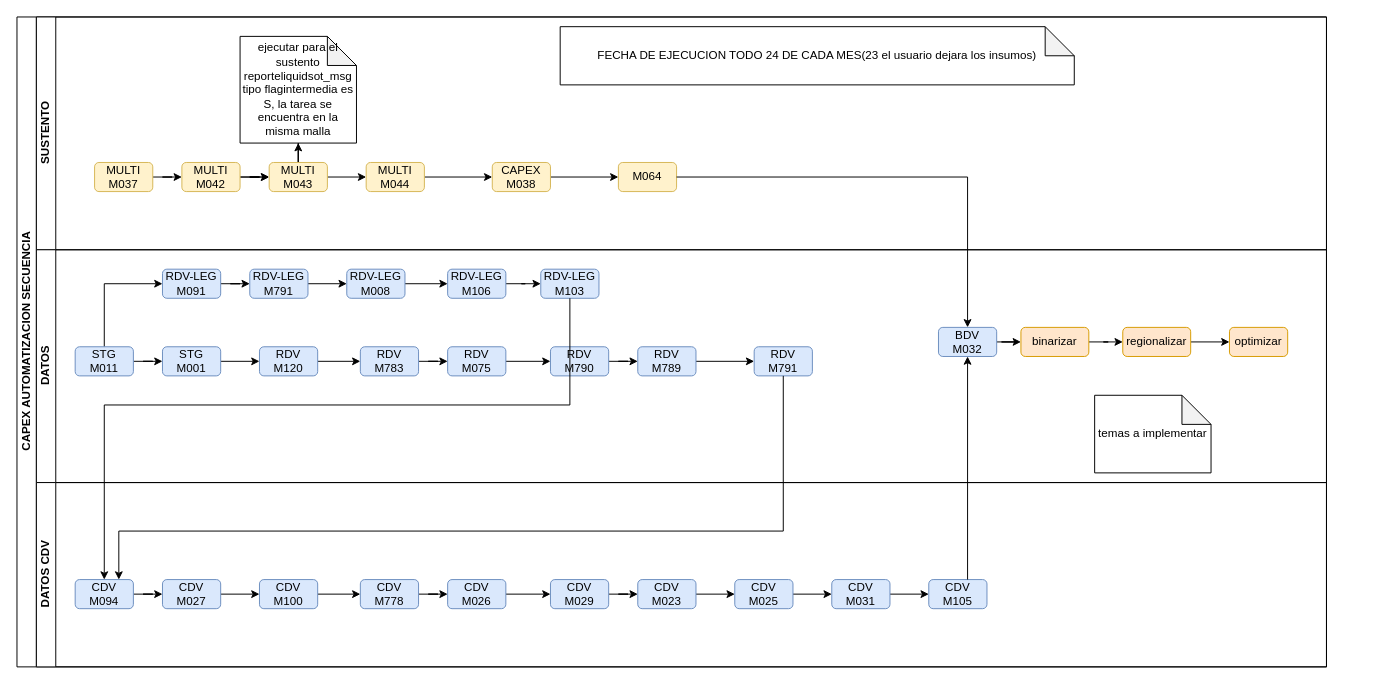
The draw.io diagram Capex_Automatizacion_secuencia_ejecucion.drawio in carlsromec/procesos-diagramas, before the edit. Source tidied: cells renumbered, new cells numbered last; positions are measured from the earlier drawing's top-left corner, leaving out a move shared by most shapes. Both pictures are drawn from the tidied source at 97%, with x=0, y=0 at pixel (16, 16).
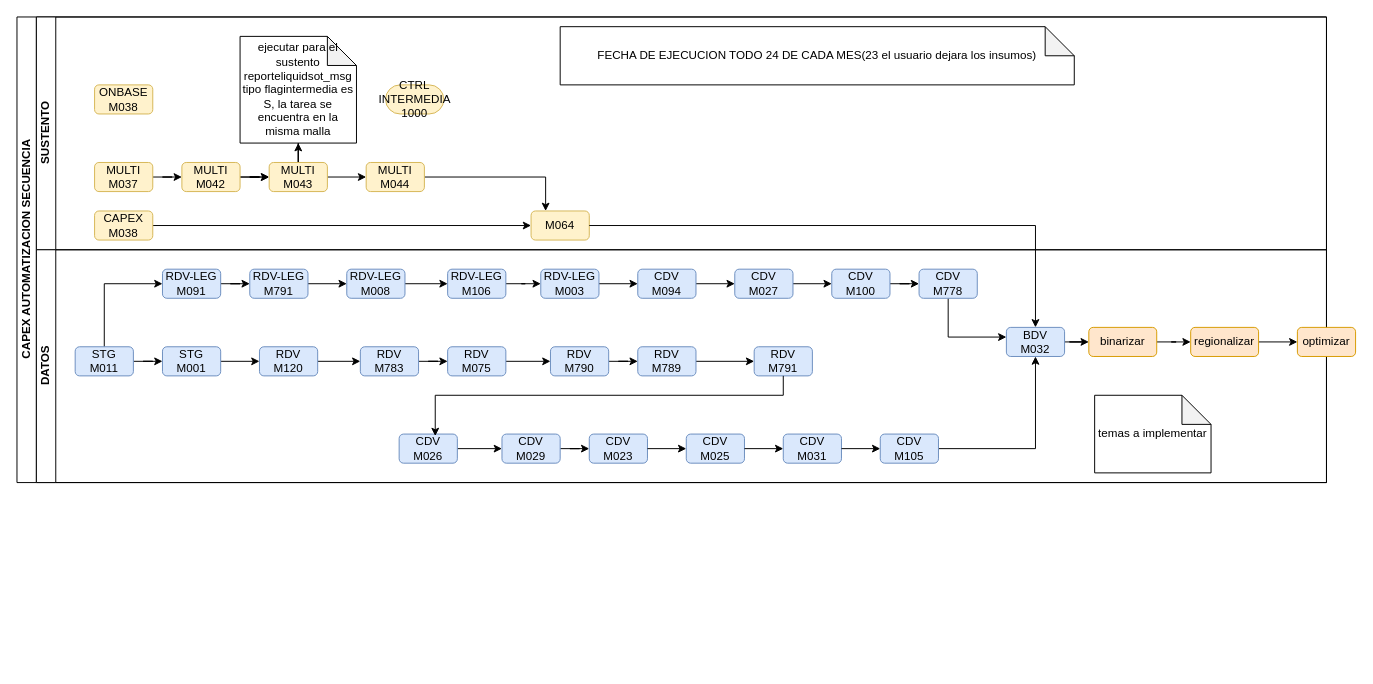
The same page after the edit.

Unchanged cells that the change refers to:
```xml
<mxCell id="3" value="SUSTENTO" style="swimlane;startSize=20;horizontal=0;html=1;" parent="2" vertex="1">
  <mxGeometry x="20" width="1330" height="240" as="geometry" />
</mxCell>
<mxCell id="13" value="MULTI&lt;br&gt;M044" style="rounded=1;whiteSpace=wrap;html=1;fillColor=#fff2cc;strokeColor=#d6b656;" parent="3" vertex="1">
  <mxGeometry x="340" y="150" width="60" height="30" as="geometry" />
</mxCell>
<mxCell id="19" value="DATOS" style="swimlane;startSize=20;horizontal=0;html=1;" parent="2" vertex="1">
  <mxGeometry x="20" y="240" width="1330" height="240" as="geometry" />
</mxCell>
<mxCell id="44" value="RDV&lt;br&gt;M791" style="rounded=1;whiteSpace=wrap;html=1;fillColor=#dae8fc;strokeColor=#6c8ebf;" parent="19" vertex="1">
  <mxGeometry x="740" y="100" width="60" height="30" as="geometry" />
</mxCell>
```

The edit, as a diff of the source:
```diff
@@
     <mxCell id="2" value="CAPEX AUTOMATIZACION SECUENCIA" style="swimlane;horizontal=0;startSize=20;html=1;" parent="1" vertex="1">
-      <mxGeometry width="1350" height="670" as="geometry" />
+      <mxGeometry width="1350" height="480" as="geometry" />
     </mxCell>
@@
-    <mxCell id="12" style="edgeStyle=orthogonalEdgeStyle;rounded=0;jettySize=auto;html=1;" parent="3" edge="1" source="13" target="16">
-      <mxGeometry relative="1" as="geometry" />
-    </mxCell>
+    <mxCell id="77" style="edgeStyle=orthogonalEdgeStyle;rounded=0;jettySize=auto;html=1;entryX=0.25;entryY=0;entryDx=0;entryDy=0;" parent="3" edge="1" source="13" target="17">
+      <mxGeometry relative="1" as="geometry" />
+    </mxCell>
@@
     <mxCell id="16" value="CAPEX&lt;br&gt;M038" style="rounded=1;whiteSpace=wrap;html=1;fillColor=#fff2cc;strokeColor=#d6b656;" parent="3" vertex="1">
-      <mxGeometry x="470" y="150" width="60" height="30" as="geometry" />
+      <mxGeometry x="60" y="200" width="60" height="30" as="geometry" />
     </mxCell>
     <mxCell id="17" value="M064" style="rounded=1;whiteSpace=wrap;html=1;fillColor=#fff2cc;strokeColor=#d6b656;" parent="3" vertex="1">
-      <mxGeometry x="600" y="150" width="60" height="30" as="geometry" />
+      <mxGeometry x="510" y="200" width="60" height="30" as="geometry" />
     </mxCell>
@@
+    <mxCell id="78" value="ONBASE&lt;br&gt;M038" style="rounded=1;whiteSpace=wrap;html=1;fillColor=#fff2cc;strokeColor=#d6b656;" parent="3" vertex="1">
+      <mxGeometry x="60" y="70" width="60" height="30" as="geometry" />
+    </mxCell>
+    <mxCell id="79" value="CTRL&lt;br&gt;INTERMEDIA 1000" style="rounded=1;whiteSpace=wrap;html=1;fillColor=#fff2cc;strokeColor=#d6b656;arcSize=50;" parent="3" vertex="1">
+      <mxGeometry x="360" y="70" width="60" height="30" as="geometry" />
+    </mxCell>
@@
+    <mxCell id="74" style="edgeStyle=orthogonalEdgeStyle;rounded=0;jettySize=auto;html=1;" parent="19" edge="1" source="37" target="55">
+      <mxGeometry relative="1" as="geometry" />
+    </mxCell>
-    <mxCell id="37" value="RDV-LEG&lt;br&gt;M103" style="rounded=1;whiteSpace=wrap;html=1;fillColor=#dae8fc;strokeColor=#6c8ebf;" parent="19" vertex="1">
+    <mxCell id="37" value="RDV-LEG&lt;br&gt;M003" style="rounded=1;whiteSpace=wrap;html=1;fillColor=#dae8fc;strokeColor=#6c8ebf;" parent="19" vertex="1">
       <mxGeometry x="520" y="20" width="60" height="30" as="geometry" />
     </mxCell>
@@
     <mxCell id="46" value="BDV&lt;br&gt;M032" style="rounded=1;whiteSpace=wrap;html=1;fillColor=#dae8fc;strokeColor=#6c8ebf;" parent="19" vertex="1">
-      <mxGeometry x="930" y="80" width="60" height="30" as="geometry" />
+      <mxGeometry x="1000" y="80" width="60" height="30" as="geometry" />
     </mxCell>
@@
     <mxCell id="48" value="binarizar" style="rounded=1;whiteSpace=wrap;html=1;fillColor=#ffe6cc;strokeColor=#d79b00;" parent="19" vertex="1">
-      <mxGeometry x="1015" y="80" width="70" height="30" as="geometry" />
+      <mxGeometry x="1085" y="80" width="70" height="30" as="geometry" />
     </mxCell>
@@
     <mxCell id="50" value="regionalizar" style="rounded=1;whiteSpace=wrap;html=1;fillColor=#ffe6cc;strokeColor=#d79b00;" parent="19" vertex="1">
-      <mxGeometry x="1120" y="80" width="70" height="30" as="geometry" />
+      <mxGeometry x="1190" y="80" width="70" height="30" as="geometry" />
     </mxCell>
@@
     <mxCell id="52" value="optimizar" style="rounded=1;whiteSpace=wrap;html=1;fillColor=#ffe6cc;strokeColor=#d79b00;" parent="19" vertex="1">
-      <mxGeometry x="1230" y="80" width="60" height="30" as="geometry" />
+      <mxGeometry x="1300" y="80" width="60" height="30" as="geometry" />
     </mxCell>
-    <mxCell id="53" value="DATOS CDV" style="swimlane;startSize=20;horizontal=0;html=1;" parent="2" vertex="1">
-      <mxGeometry x="20" y="480" width="1330" height="190" as="geometry" />
-    </mxCell>
-    <mxCell id="54" style="edgeStyle=orthogonalEdgeStyle;rounded=0;jettySize=auto;html=1;" parent="53" edge="1" source="55" target="57">
+    <mxCell id="54" style="edgeStyle=orthogonalEdgeStyle;rounded=0;jettySize=auto;html=1;" parent="19" edge="1" source="55" target="57">
       <mxGeometry relative="1" as="geometry" />
     </mxCell>
-    <mxCell id="55" value="CDV&lt;br&gt;M094" style="rounded=1;whiteSpace=wrap;html=1;fillColor=#dae8fc;strokeColor=#6c8ebf;" parent="53" vertex="1">
-      <mxGeometry x="40" y="100" width="60" height="30" as="geometry" />
+    <mxCell id="55" value="CDV&lt;br&gt;M094" style="rounded=1;whiteSpace=wrap;html=1;fillColor=#dae8fc;strokeColor=#6c8ebf;" parent="19" vertex="1">
+      <mxGeometry x="620" y="20" width="60" height="30" as="geometry" />
     </mxCell>
-    <mxCell id="56" style="edgeStyle=orthogonalEdgeStyle;rounded=0;jettySize=auto;html=1;" parent="53" edge="1" source="57" target="59">
+    <mxCell id="56" style="edgeStyle=orthogonalEdgeStyle;rounded=0;jettySize=auto;html=1;" parent="19" edge="1" source="57" target="59">
       <mxGeometry relative="1" as="geometry" />
     </mxCell>
-    <mxCell id="57" value="CDV&lt;br&gt;M027" style="rounded=1;whiteSpace=wrap;html=1;fillColor=#dae8fc;strokeColor=#6c8ebf;" parent="53" vertex="1">
-      <mxGeometry x="130" y="100" width="60" height="30" as="geometry" />
+    <mxCell id="57" value="CDV&lt;br&gt;M027" style="rounded=1;whiteSpace=wrap;html=1;fillColor=#dae8fc;strokeColor=#6c8ebf;" parent="19" vertex="1">
+      <mxGeometry x="720" y="20" width="60" height="30" as="geometry" />
     </mxCell>
-    <mxCell id="58" style="edgeStyle=orthogonalEdgeStyle;rounded=0;jettySize=auto;html=1;" parent="53" edge="1" source="59" target="61">
+    <mxCell id="58" style="edgeStyle=orthogonalEdgeStyle;rounded=0;jettySize=auto;html=1;" parent="19" edge="1" source="59" target="61">
       <mxGeometry relative="1" as="geometry" />
     </mxCell>
-    <mxCell id="59" value="CDV&lt;br&gt;M100" style="rounded=1;whiteSpace=wrap;html=1;fillColor=#dae8fc;strokeColor=#6c8ebf;" parent="53" vertex="1">
-      <mxGeometry x="230" y="100" width="60" height="30" as="geometry" />
+    <mxCell id="59" value="CDV&lt;br&gt;M100" style="rounded=1;whiteSpace=wrap;html=1;fillColor=#dae8fc;strokeColor=#6c8ebf;" parent="19" vertex="1">
+      <mxGeometry x="820" y="20" width="60" height="30" as="geometry" />
     </mxCell>
-    <mxCell id="60" style="edgeStyle=orthogonalEdgeStyle;rounded=0;jettySize=auto;html=1;" parent="53" edge="1" source="61" target="63">
-      <mxGeometry relative="1" as="geometry" />
-    </mxCell>
+    <mxCell id="80" style="edgeStyle=orthogonalEdgeStyle;rounded=0;jettySize=auto;html=1;" parent="19" edge="1" source="61" target="46">
+      <mxGeometry relative="1" as="geometry">
+        <Array as="points">
+          <mxPoint x="940" y="90" />
+        </Array>
+      </mxGeometry>
+    </mxCell>
-    <mxCell id="61" value="CDV&lt;br&gt;M778" style="rounded=1;whiteSpace=wrap;html=1;fillColor=#dae8fc;strokeColor=#6c8ebf;" parent="53" vertex="1">
-      <mxGeometry x="334" y="100" width="60" height="30" as="geometry" />
+    <mxCell id="61" value="CDV&lt;br&gt;M778" style="rounded=1;whiteSpace=wrap;html=1;fillColor=#dae8fc;strokeColor=#6c8ebf;" parent="19" vertex="1">
+      <mxGeometry x="910" y="20" width="60" height="30" as="geometry" />
     </mxCell>
-    <mxCell id="62" style="edgeStyle=orthogonalEdgeStyle;rounded=0;jettySize=auto;html=1;" parent="53" edge="1" source="63" target="65">
+    <mxCell id="62" style="edgeStyle=orthogonalEdgeStyle;rounded=0;jettySize=auto;html=1;" parent="19" edge="1" source="63" target="65">
       <mxGeometry relative="1" as="geometry" />
     </mxCell>
-    <mxCell id="63" value="CDV&lt;br&gt;M026" style="rounded=1;whiteSpace=wrap;html=1;fillColor=#dae8fc;strokeColor=#6c8ebf;" parent="53" vertex="1">
-      <mxGeometry x="424" y="100" width="60" height="30" as="geometry" />
+    <mxCell id="63" value="CDV&lt;br&gt;M026" style="rounded=1;whiteSpace=wrap;html=1;fillColor=#dae8fc;strokeColor=#6c8ebf;" parent="19" vertex="1">
+      <mxGeometry x="374" y="190" width="60" height="30" as="geometry" />
     </mxCell>
-    <mxCell id="64" style="edgeStyle=orthogonalEdgeStyle;rounded=0;jettySize=auto;html=1;" parent="53" edge="1" source="65" target="67">
+    <mxCell id="64" style="edgeStyle=orthogonalEdgeStyle;rounded=0;jettySize=auto;html=1;" parent="19" edge="1" source="65" target="67">
       <mxGeometry relative="1" as="geometry" />
     </mxCell>
-    <mxCell id="65" value="CDV&lt;br&gt;M029" style="rounded=1;whiteSpace=wrap;html=1;fillColor=#dae8fc;strokeColor=#6c8ebf;" parent="53" vertex="1">
-      <mxGeometry x="530" y="100" width="60" height="30" as="geometry" />
+    <mxCell id="65" value="CDV&lt;br&gt;M029" style="rounded=1;whiteSpace=wrap;html=1;fillColor=#dae8fc;strokeColor=#6c8ebf;" parent="19" vertex="1">
+      <mxGeometry x="480" y="190" width="60" height="30" as="geometry" />
     </mxCell>
+    <mxCell id="67" value="CDV&lt;br&gt;M023" style="rounded=1;whiteSpace=wrap;html=1;fillColor=#dae8fc;strokeColor=#6c8ebf;" parent="19" vertex="1">
+      <mxGeometry x="570" y="190" width="60" height="30" as="geometry" />
+    </mxCell>
+    <mxCell id="69" value="CDV&lt;br&gt;M025" style="rounded=1;whiteSpace=wrap;html=1;fillColor=#dae8fc;strokeColor=#6c8ebf;" parent="19" vertex="1">
+      <mxGeometry x="670" y="190" width="60" height="30" as="geometry" />
+    </mxCell>
-    <mxCell id="66" style="edgeStyle=orthogonalEdgeStyle;rounded=0;jettySize=auto;html=1;" parent="53" edge="1" source="67" target="69">
+    <mxCell id="66" style="edgeStyle=orthogonalEdgeStyle;rounded=0;jettySize=auto;html=1;" parent="19" edge="1" source="67" target="69">
       <mxGeometry relative="1" as="geometry" />
     </mxCell>
-    <mxCell id="67" value="CDV&lt;br&gt;M023" style="rounded=1;whiteSpace=wrap;html=1;fillColor=#dae8fc;strokeColor=#6c8ebf;" parent="53" vertex="1">
-      <mxGeometry x="620" y="100" width="60" height="30" as="geometry" />
-    </mxCell>
+    <mxCell id="71" value="CDV&lt;br&gt;M031" style="rounded=1;whiteSpace=wrap;html=1;fillColor=#dae8fc;strokeColor=#6c8ebf;" parent="19" vertex="1">
+      <mxGeometry x="770" y="190" width="60" height="30" as="geometry" />
+    </mxCell>
-    <mxCell id="68" style="edgeStyle=orthogonalEdgeStyle;rounded=0;jettySize=auto;html=1;" parent="53" edge="1" source="69" target="71">
+    <mxCell id="68" style="edgeStyle=orthogonalEdgeStyle;rounded=0;jettySize=auto;html=1;" parent="19" edge="1" source="69" target="71">
       <mxGeometry relative="1" as="geometry" />
     </mxCell>
-    <mxCell id="69" value="CDV&lt;br&gt;M025" style="rounded=1;whiteSpace=wrap;html=1;fillColor=#dae8fc;strokeColor=#6c8ebf;" parent="53" vertex="1">
-      <mxGeometry x="720" y="100" width="60" height="30" as="geometry" />
-    </mxCell>
+    <mxCell id="75" style="edgeStyle=orthogonalEdgeStyle;rounded=0;jettySize=auto;html=1;entryX=0.5;entryY=1;entryDx=0;entryDy=0;" parent="19" edge="1" source="72" target="46">
+      <mxGeometry relative="1" as="geometry" />
+    </mxCell>
+    <mxCell id="72" value="CDV&lt;br&gt;M105" style="rounded=1;whiteSpace=wrap;html=1;fillColor=#dae8fc;strokeColor=#6c8ebf;" parent="19" vertex="1">
+      <mxGeometry x="870" y="190" width="60" height="30" as="geometry" />
+    </mxCell>
-    <mxCell id="70" style="edgeStyle=orthogonalEdgeStyle;rounded=0;jettySize=auto;html=1;" parent="53" edge="1" source="71" target="72">
+    <mxCell id="70" style="edgeStyle=orthogonalEdgeStyle;rounded=0;jettySize=auto;html=1;" parent="19" edge="1" source="71" target="72">
       <mxGeometry relative="1" as="geometry" />
     </mxCell>
-    <mxCell id="71" value="CDV&lt;br&gt;M031" style="rounded=1;whiteSpace=wrap;html=1;fillColor=#dae8fc;strokeColor=#6c8ebf;" parent="53" vertex="1">
-      <mxGeometry x="820" y="100" width="60" height="30" as="geometry" />
-    </mxCell>
-    <mxCell id="72" value="CDV&lt;br&gt;M105" style="rounded=1;whiteSpace=wrap;html=1;fillColor=#dae8fc;strokeColor=#6c8ebf;" parent="53" vertex="1">
-      <mxGeometry x="920" y="100" width="60" height="30" as="geometry" />
-    </mxCell>
-    <mxCell id="73" style="edgeStyle=orthogonalEdgeStyle;rounded=0;jettySize=auto;html=1;entryX=0.75;entryY=0;entryDx=0;entryDy=0;" parent="2" edge="1" source="44" target="55">
-      <mxGeometry relative="1" as="geometry">
-        <Array as="points">
-          <mxPoint x="790" y="530" />
-          <mxPoint x="105" y="530" />
-        </Array>
-      </mxGeometry>
-    </mxCell>
-    <mxCell id="74" style="edgeStyle=orthogonalEdgeStyle;rounded=0;jettySize=auto;html=1;" parent="2" edge="1" source="37" target="55">
-      <mxGeometry relative="1" as="geometry">
-        <Array as="points">
-          <mxPoint x="570" y="400" />
-          <mxPoint x="90" y="400" />
-        </Array>
-      </mxGeometry>
-    </mxCell>
-    <mxCell id="75" style="edgeStyle=orthogonalEdgeStyle;rounded=0;jettySize=auto;html=1;entryX=0.5;entryY=1;entryDx=0;entryDy=0;" parent="2" edge="1" source="72" target="46">
-      <mxGeometry relative="1" as="geometry">
-        <Array as="points">
-          <mxPoint x="980" y="480" />
-          <mxPoint x="980" y="480" />
-        </Array>
-      </mxGeometry>
-    </mxCell>
+    <mxCell id="81" style="edgeStyle=orthogonalEdgeStyle;rounded=0;jettySize=auto;html=1;entryX=0.62;entryY=0.067;entryDx=0;entryDy=0;entryPerimeter=0;" parent="19" edge="1" source="44" target="63">
+      <mxGeometry relative="1" as="geometry">
+        <Array as="points">
+          <mxPoint x="770" y="150" />
+          <mxPoint x="411" y="150" />
+        </Array>
+      </mxGeometry>
+    </mxCell>
-    <mxCell id="76" style="edgeStyle=orthogonalEdgeStyle;rounded=0;jettySize=auto;html=1;entryX=0.5;entryY=0;entryDx=0;entryDy=0;" parent="2" edge="1" source="17" target="46">
+    <mxCell id="76" style="edgeStyle=orthogonalEdgeStyle;rounded=0;jettySize=auto;html=1;" parent="2" edge="1" source="17" target="46">
       <mxGeometry relative="1" as="geometry" />
     </mxCell>
```
